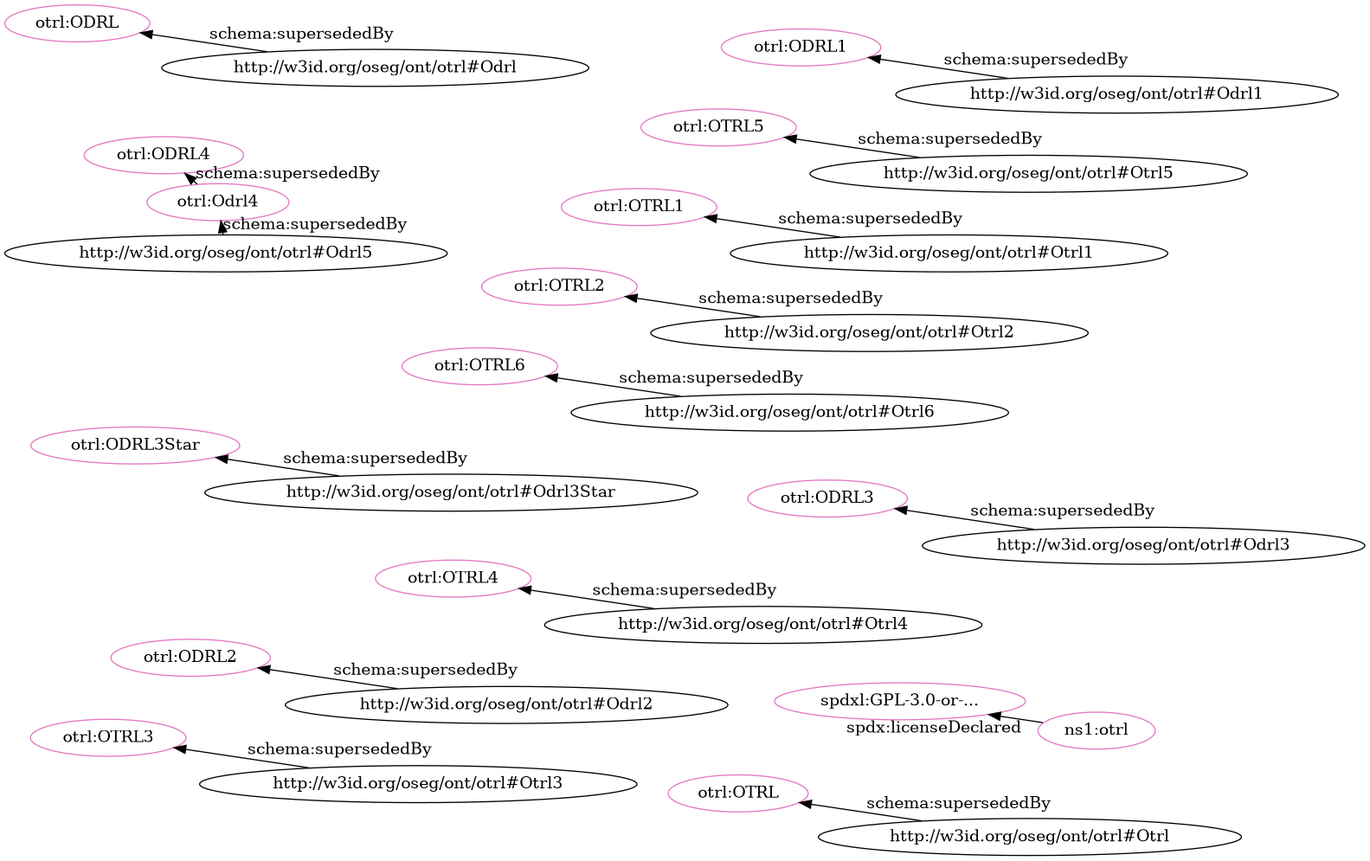
Above: src/spec/fdp_otrl_deprecated-clean.png in iop-alliance/OpenKnowHow (Graphviz), before the change. Its source is kept beside it as src/spec/fdp_otrl_deprecated-clean.dot.
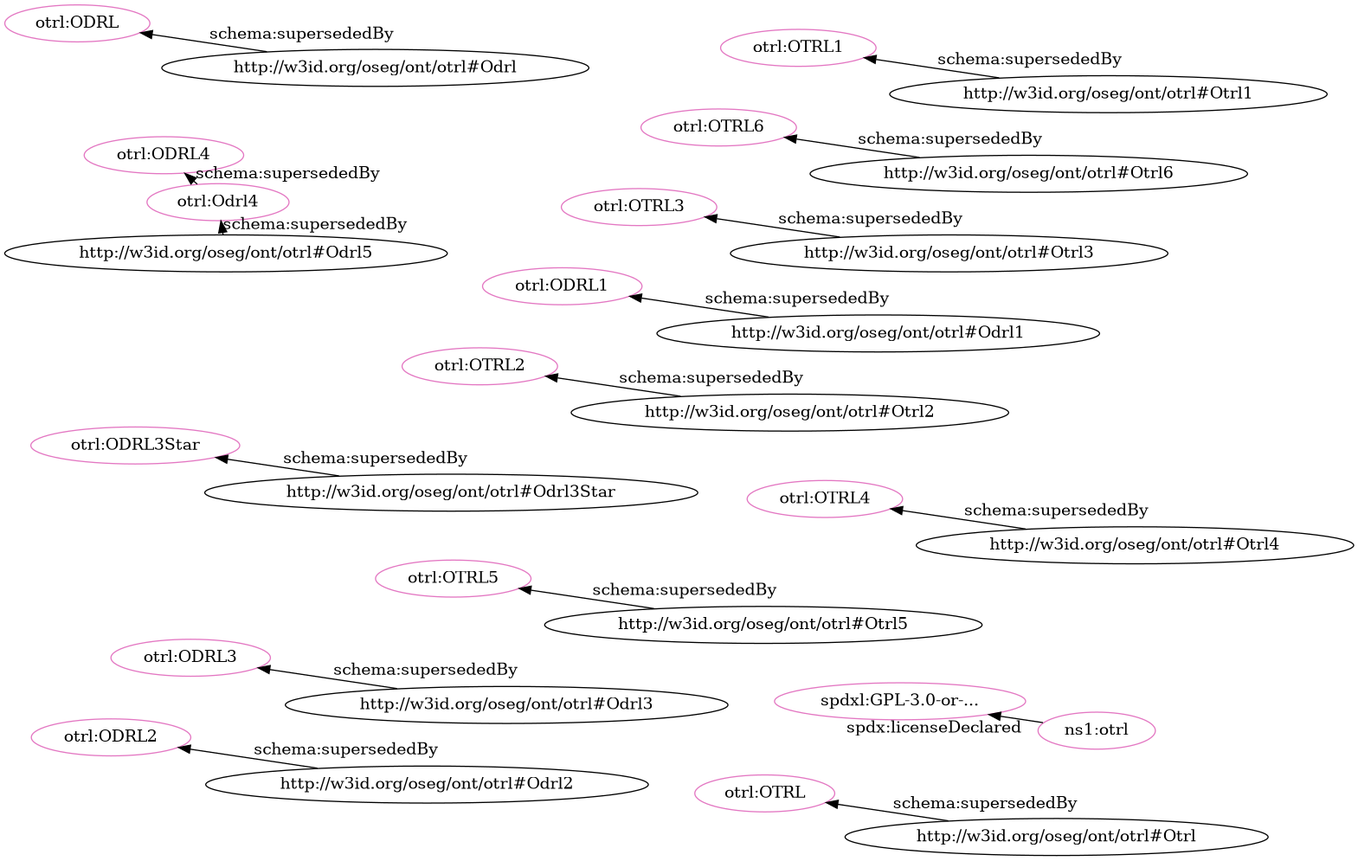
The same file after the commit.

Change to the diagram source:
```diff
@@ -1,35 +1,35 @@
 digraph G {
   rankdir=BT
   node[height=.3]
+"http://w3id.org/oseg/ont/otrl#OTRL" [fillcolor="#e377c2" color="#e377c2" label="otrl:OTRL"]
+"http://w3id.org/oseg/ont/otrl#OTRL2" [fillcolor="#e377c2" color="#e377c2" label="otrl:OTRL2"]
+"http://w3id.org/oseg/ont/otrl#ODRL1" [fillcolor="#e377c2" color="#e377c2" label="otrl:ODRL1"]
+"http://w3id.org/oseg/ont/otrl#OTRL5" [fillcolor="#e377c2" color="#e377c2" label="otrl:OTRL5"]
+"http://w3id.org/oseg/ont/otrl#OTRL3" [fillcolor="#e377c2" color="#e377c2" label="otrl:OTRL3"]
+"http://w3id.org/oseg/ont/otrl#ODRL3Star" [fillcolor="#e377c2" color="#e377c2" label="otrl:ODRL3Star"]
+"http://w3id.org/oseg/ont/otrl#OTRL6" [fillcolor="#e377c2" color="#e377c2" label="otrl:OTRL6"]
+"http://w3id.org/oseg/ont/otrl#ODRL3" [fillcolor="#e377c2" color="#e377c2" label="otrl:ODRL3"]
+"http://w3id.org/oseg/ont/otrl#ODRL4" [fillcolor="#e377c2" color="#e377c2" label="otrl:ODRL4"]
+"http://w3id.org/oseg/ont/otrl#OTRL1" [fillcolor="#e377c2" color="#e377c2" label="otrl:OTRL1"]
 "http://spdx.org/licenses/GPL-3.0-or-later" [fillcolor="#e377c2" color="#e377c2" label="spdxl:GPL-3.0-or-..."]
-"http://w3id.org/oseg/ont/otrl#OTRL6" [fillcolor="#e377c2" color="#e377c2" label="otrl:OTRL6"]
-"http://w3id.org/oseg/ont/otrl#ODRL4" [fillcolor="#e377c2" color="#e377c2" label="otrl:ODRL4"]
 "http://w3id.org/oseg/ont/otrl#Odrl4" [fillcolor="#e377c2" color="#e377c2" label="otrl:Odrl4"]
-"http://w3id.org/oseg/ont/otrl#OTRL2" [fillcolor="#e377c2" color="#e377c2" label="otrl:OTRL2"]
+"http://w3id.org/oseg/ont/otrl#ODRL2" [fillcolor="#e377c2" color="#e377c2" label="otrl:ODRL2"]
 "http://w3id.org/oseg/ont/otrl#OTRL4" [fillcolor="#e377c2" color="#e377c2" label="otrl:OTRL4"]
 "http://w3id.org/oseg/ont/otrl#ODRL" [fillcolor="#e377c2" color="#e377c2" label="otrl:ODRL"]
-"http://w3id.org/oseg/ont/otrl#OTRL" [fillcolor="#e377c2" color="#e377c2" label="otrl:OTRL"]
-"http://w3id.org/oseg/ont/otrl#OTRL1" [fillcolor="#e377c2" color="#e377c2" label="otrl:OTRL1"]
 "http://w3id.org/oseg/ont/otrl" [fillcolor="#e377c2" color="#e377c2" label="ns1:otrl"]
-"http://w3id.org/oseg/ont/otrl#ODRL3Star" [fillcolor="#e377c2" color="#e377c2" label="otrl:ODRL3Star"]
-"http://w3id.org/oseg/ont/otrl#OTRL5" [fillcolor="#e377c2" color="#e377c2" label="otrl:OTRL5"]
-"http://w3id.org/oseg/ont/otrl#ODRL2" [fillcolor="#e377c2" color="#e377c2" label="otrl:ODRL2"]
-"http://w3id.org/oseg/ont/otrl#ODRL1" [fillcolor="#e377c2" color="#e377c2" label="otrl:ODRL1"]
-"http://w3id.org/oseg/ont/otrl#OTRL3" [fillcolor="#e377c2" color="#e377c2" label="otrl:OTRL3"]
-"http://w3id.org/oseg/ont/otrl#ODRL3" [fillcolor="#e377c2" color="#e377c2" label="otrl:ODRL3"]
+  "http://w3id.org/oseg/ont/otrl#Otrl" -> "http://w3id.org/oseg/ont/otrl#OTRL" [label="schema:supersededBy"]
+  "http://w3id.org/oseg/ont/otrl#Otrl2" -> "http://w3id.org/oseg/ont/otrl#OTRL2" [label="schema:supersededBy"]
+  "http://w3id.org/oseg/ont/otrl#Odrl1" -> "http://w3id.org/oseg/ont/otrl#ODRL1" [label="schema:supersededBy"]
+  "http://w3id.org/oseg/ont/otrl#Otrl5" -> "http://w3id.org/oseg/ont/otrl#OTRL5" [label="schema:supersededBy"]
+  "http://w3id.org/oseg/ont/otrl#Otrl3" -> "http://w3id.org/oseg/ont/otrl#OTRL3" [label="schema:supersededBy"]
+  "http://w3id.org/oseg/ont/otrl#Otrl6" -> "http://w3id.org/oseg/ont/otrl#OTRL6" [label="schema:supersededBy"]
+  "http://w3id.org/oseg/ont/otrl#Odrl3" -> "http://w3id.org/oseg/ont/otrl#ODRL3" [label="schema:supersededBy"]
+  "http://w3id.org/oseg/ont/otrl#Odrl4" -> "http://w3id.org/oseg/ont/otrl#ODRL4" [label="schema:supersededBy"]
   "http://w3id.org/oseg/ont/otrl" -> "http://spdx.org/licenses/GPL-3.0-or-later" [label="spdx:licenseDeclared"]
-  "http://w3id.org/oseg/ont/otrl#Otrl6" -> "http://w3id.org/oseg/ont/otrl#OTRL6" [label="schema:supersededBy"]
-  "http://w3id.org/oseg/ont/otrl#Otrl2" -> "http://w3id.org/oseg/ont/otrl#OTRL2" [label="schema:supersededBy"]
-  "http://w3id.org/oseg/ont/otrl#Odrl4" -> "http://w3id.org/oseg/ont/otrl#ODRL4" [label="schema:supersededBy"]
   "http://w3id.org/oseg/ont/otrl#Odrl5" -> "http://w3id.org/oseg/ont/otrl#Odrl4" [label="schema:supersededBy"]
+  "http://w3id.org/oseg/ont/otrl#Odrl2" -> "http://w3id.org/oseg/ont/otrl#ODRL2" [label="schema:supersededBy"]
   "http://w3id.org/oseg/ont/otrl#Otrl4" -> "http://w3id.org/oseg/ont/otrl#OTRL4" [label="schema:supersededBy"]
   "http://w3id.org/oseg/ont/otrl#Odrl" -> "http://w3id.org/oseg/ont/otrl#ODRL" [label="schema:supersededBy"]
-  "http://w3id.org/oseg/ont/otrl#Otrl" -> "http://w3id.org/oseg/ont/otrl#OTRL" [label="schema:supersededBy"]
+  "http://w3id.org/oseg/ont/otrl#Odrl3Star" -> "http://w3id.org/oseg/ont/otrl#ODRL3Star" [label="schema:supersededBy"]
   "http://w3id.org/oseg/ont/otrl#Otrl1" -> "http://w3id.org/oseg/ont/otrl#OTRL1" [label="schema:supersededBy"]
-  "http://w3id.org/oseg/ont/otrl#Odrl3Star" -> "http://w3id.org/oseg/ont/otrl#ODRL3Star" [label="schema:supersededBy"]
-  "http://w3id.org/oseg/ont/otrl#Otrl5" -> "http://w3id.org/oseg/ont/otrl#OTRL5" [label="schema:supersededBy"]
-  "http://w3id.org/oseg/ont/otrl#Odrl2" -> "http://w3id.org/oseg/ont/otrl#ODRL2" [label="schema:supersededBy"]
-  "http://w3id.org/oseg/ont/otrl#Odrl1" -> "http://w3id.org/oseg/ont/otrl#ODRL1" [label="schema:supersededBy"]
-  "http://w3id.org/oseg/ont/otrl#Otrl3" -> "http://w3id.org/oseg/ont/otrl#OTRL3" [label="schema:supersededBy"]
-  "http://w3id.org/oseg/ont/otrl#Odrl3" -> "http://w3id.org/oseg/ont/otrl#ODRL3" [label="schema:supersededBy"]
 }
```
